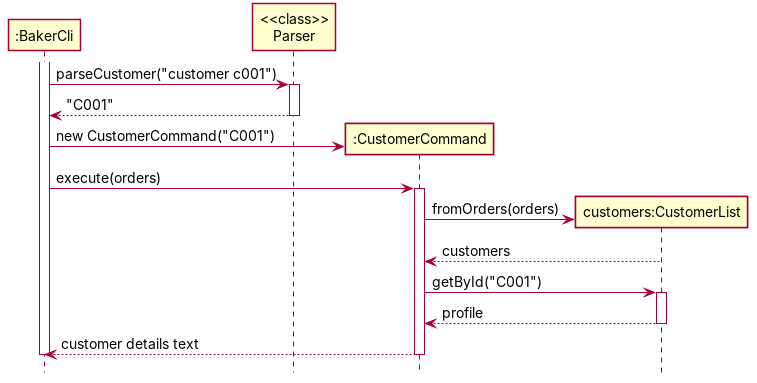
The PlantUML diagram docs/diagrams/CustomerSequenceDiagram.png in AY2627S1-CS2113-W12-1/tp, before a commit. Its source is kept beside it as docs/diagrams/CustomerSequenceDiagram.puml.
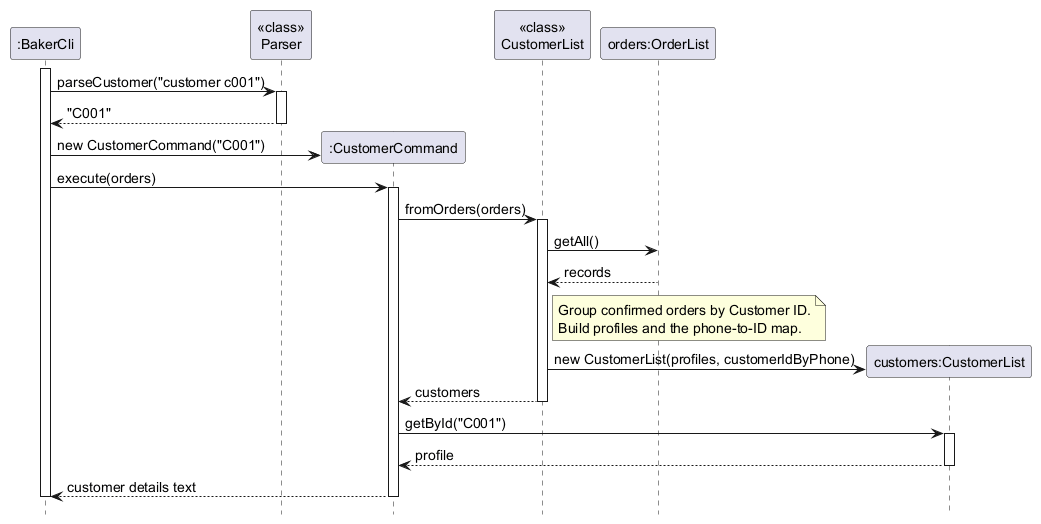
The same diagram one commit later.

What changed in the source:
```diff
@@ -6,6 +6,8 @@
 participant ":BakerCli" as Cli
 participant "<<class>>\nParser" as Parser
 participant ":CustomerCommand" as Cmd
+participant "<<class>>\nCustomerList" as Factory
+participant "orders:OrderList" as Orders
 participant "customers:CustomerList" as Customers
 
 activate Cli
@@ -17,9 +19,18 @@
 Cli -> Cmd : new CustomerCommand("C001")
 Cli -> Cmd : execute(orders)
 activate Cmd
+Cmd -> Factory : fromOrders(orders)
+activate Factory
+Factory -> Orders : getAll()
+Orders --> Factory : records
+note right of Factory
+  Group confirmed orders by Customer ID.
+  Build profiles and the phone-to-ID map.
+end note
 create Customers
-Cmd -> Customers : fromOrders(orders)
-Customers --> Cmd : customers
+Factory -> Customers : new CustomerList(profiles, customerIdByPhone)
+Factory --> Cmd : customers
+deactivate Factory
 Cmd -> Customers : getById("C001")
 activate Customers
 Customers --> Cmd : profile
```
